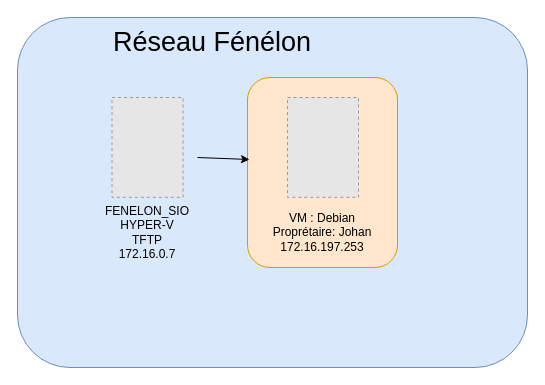
This is document/Diagramme sans nom.drawio from johanvadenne/Gestion-des-eleves-et-stages, a draw.io file, before an edit. Source tidied: cells renumbered, new cells numbered last; positions are measured from the earlier drawing's top-left corner, leaving out a move shared by most shapes. Both pictures are drawn from the tidied source at 100%, with x=0, y=0 at pixel (17, 17). Pictures stored in the file or linked from it are replaced by grey dashed boxes.
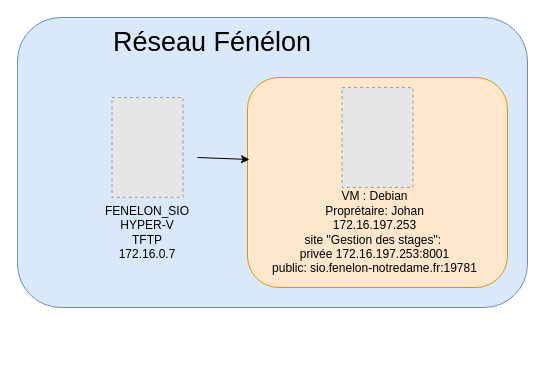
Above is the later version.

Commit message (it also covers changes not shown here):
Mettre à jour Diagramme sans nom.drawio

The edit, as a diff of the source:
```diff
@@
 <mxGraphModel>
   <root>
     <mxCell id="0" />
     <mxCell id="1" parent="0" />
     <mxCell id="2" style="rounded=1;whiteSpace=wrap;html=1;fillColor=#dae8fc;strokeColor=#6c8ebf;" parent="1" vertex="1">
-      <mxGeometry width="510" height="350" as="geometry" />
+      <mxGeometry width="510" height="290" as="geometry" />
     </mxCell>
     <mxCell id="3" style="rounded=1;whiteSpace=wrap;html=1;fillColor=#ffe6cc;strokeColor=#d79b00;" parent="1" vertex="1">
-      <mxGeometry x="230" y="60" width="150" height="190" as="geometry" />
+      <mxGeometry x="230" y="60" width="260" height="210" as="geometry" />
     </mxCell>
     <mxCell id="4" value="Réseau Fénélon" style="text;html=1;align=center;verticalAlign=middle;whiteSpace=wrap;rounded=0;fontSize=27;" parent="1" vertex="1">
       <mxGeometry x="80" y="10" width="230" height="30" as="geometry" />
     </mxCell>
     <mxCell id="5" value="FENELON_SIO&lt;br&gt;HYPER-V&lt;br&gt;TFTP&lt;br&gt;172.16.0.7" style="text;html=1;align=center;verticalAlign=middle;whiteSpace=wrap;rounded=0;" parent="1" vertex="1">
       <mxGeometry x="90" y="200" width="80" height="30" as="geometry" />
     </mxCell>
     <mxCell id="6" style="endArrow=classic;html=1;rounded=0;exitX=1;exitY=0.5;exitDx=0;exitDy=0;" parent="1" edge="1">
       <mxGeometry relative="1" as="geometry">
         <mxPoint x="180" y="140" as="sourcePoint" />
         <mxPoint x="232" y="142" as="targetPoint" />
       </mxGeometry>
     </mxCell>
     <mxCell id="7" style="fillColor=#E6E6E6;strokeColor=#999999;dashed=1;verticalLabelPosition=bottom;labelBackgroundColor=default;verticalAlign=top;" parent="1" vertex="1">
       <mxGeometry x="94.5" y="80" width="71" height="99.8" as="geometry" />
     </mxCell>
     <mxCell id="8" style="fillColor=#E6E6E6;strokeColor=#999999;dashed=1;verticalLabelPosition=bottom;labelBackgroundColor=default;verticalAlign=top;" parent="1" vertex="1">
-      <mxGeometry x="270" y="80" width="71" height="99.8" as="geometry" />
+      <mxGeometry x="324.5" y="70.1" width="71" height="99.8" as="geometry" />
     </mxCell>
-    <mxCell id="9" value="VM : Debian&lt;br&gt;&lt;div&gt;Proprétaire: Johan&lt;/div&gt;&lt;div&gt;172.16.197.253&lt;/div&gt;" style="text;html=1;align=center;verticalAlign=middle;whiteSpace=wrap;rounded=0;" parent="1" vertex="1">
-      <mxGeometry x="250" y="179.8" width="110" height="70" as="geometry" />
+    <mxCell id="9" value="VM : Debian&lt;br&gt;&lt;div&gt;Proprétaire: Johan&lt;/div&gt;&lt;div&gt;172.16.197.253&lt;/div&gt;&lt;div&gt;site &quot;Gestion des stages&quot;:&amp;nbsp;&lt;/div&gt;&lt;div&gt;privée 172.16.197.253:8001 &lt;/div&gt;&lt;div&gt;public: sio.fenelon-notredame.fr:19781&lt;br&gt;&lt;/div&gt;" style="text;html=1;align=center;verticalAlign=middle;whiteSpace=wrap;rounded=0;" parent="1" vertex="1">
+      <mxGeometry x="235" y="169.9" width="245" height="90.2" as="geometry" />
     </mxCell>
   </root>
 </mxGraphModel>
```
